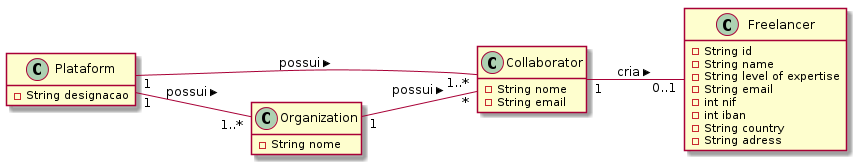
This is docs/UC1 - Create Freelancer/UC1_MD.png from pedrolemos4/LAPR2, a PlantUML export, as it was before one commit. The source it was exported from:
```plantuml
@startuml
hide methods
left to right direction

class Plataform {
  -String designacao
}

class Freelancer {
  -String id
  -String name
  -String level of expertise
  -String email
  -int nif
  -int iban
  -String country
  -String adress
}

class Collaborator {
  -String nome
  -String email
}

class Organization {
  -String nome
}


Plataform "1" -- "1..*" Collaborator : possui >
Plataform "1" -- "1..*" Organization : possui >

Organization "1" -- "*" Collaborator : possui >

Collaborator "1" -- "0..1" Freelancer : cria >
@enduml
```
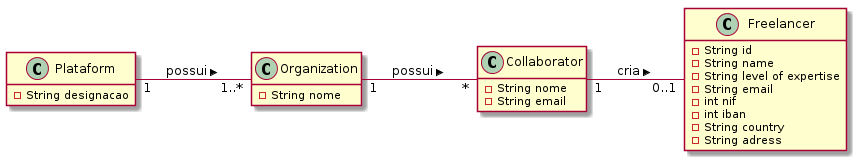
The same diagram one commit later.

Diff of the diagram source:
```diff
@@ -27,7 +27,6 @@
 }
 
 
-Plataform "1" -- "1..*" Collaborator : possui >
 Plataform "1" -- "1..*" Organization : possui >
 
 Organization "1" -- "*" Collaborator : possui >
```
